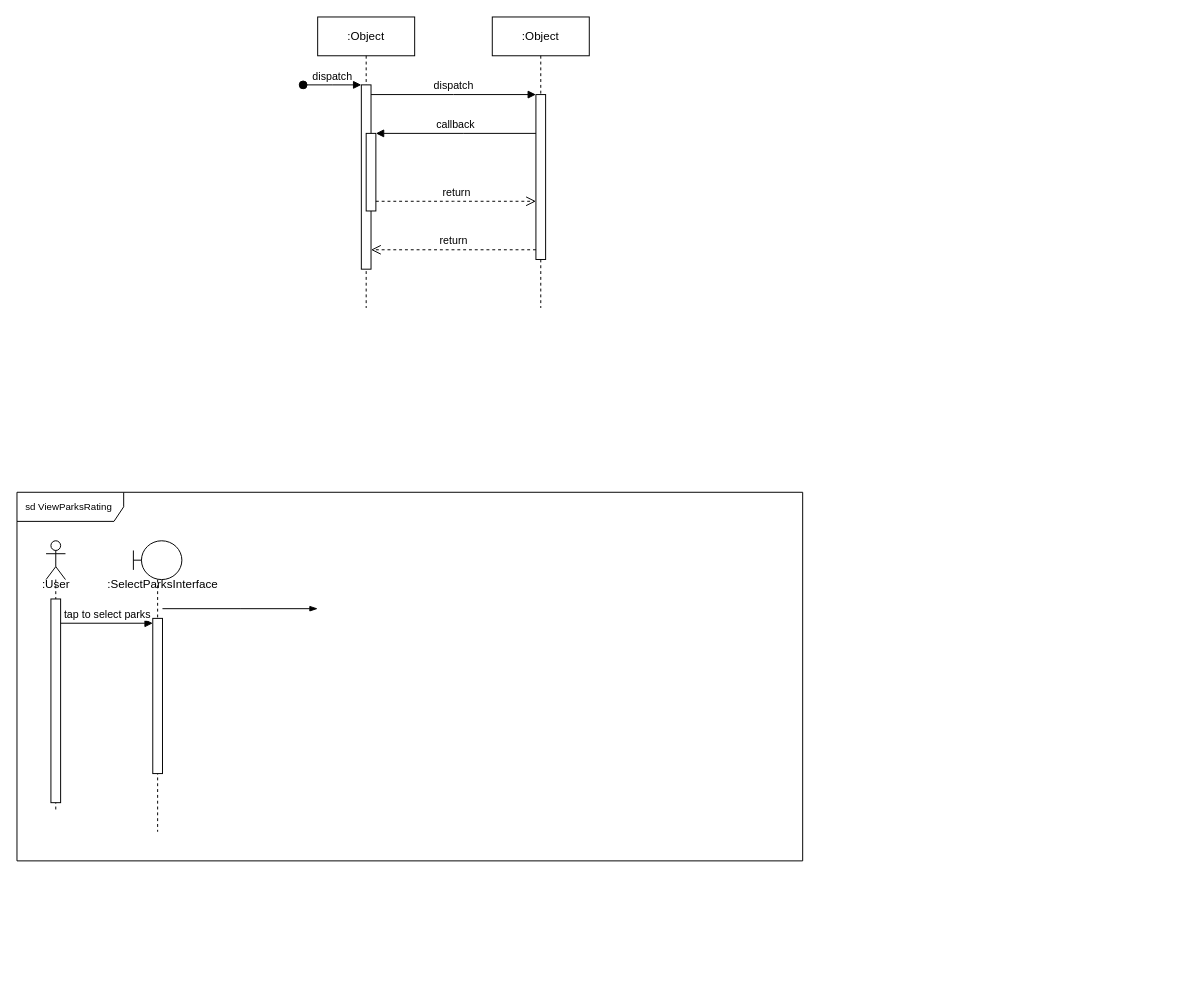
Before: sequence.drawio in tetsuri2000/sequence-diagram-temp, a draw.io diagram. Source tidied: cells renumbered, new cells numbered last; positions are measured from the earlier drawing's top-left corner, leaving out a move shared by most shapes. Both pictures are drawn from the tidied source at 97%, with x=0, y=0 at pixel (16, 16).
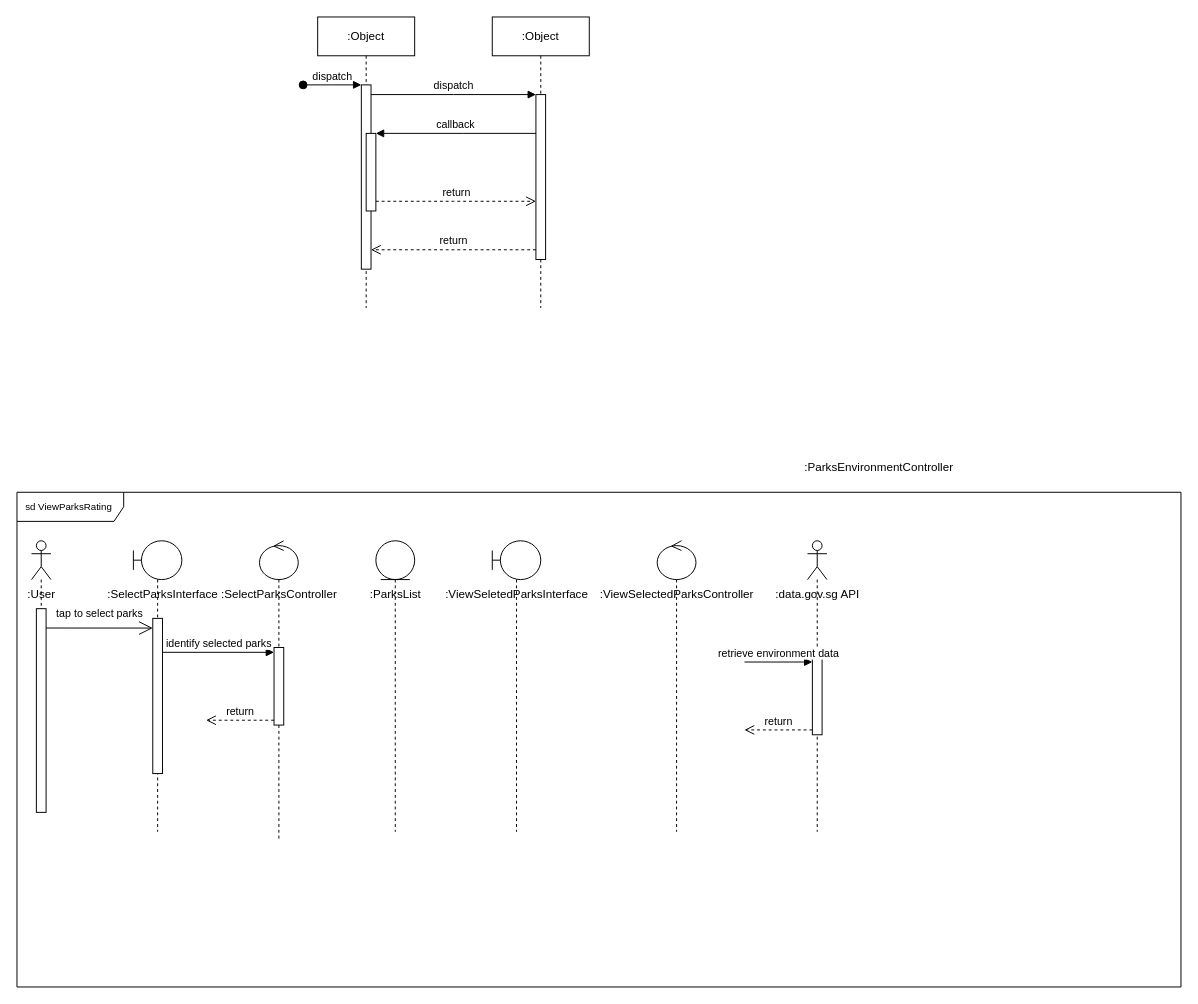
Above is the later version.

Unchanged cells that the change refers to:
```xml
<mxCell id="16" style="html=1;points=[[0,0,0,0,5],[0,1,0,0,-5],[1,0,0,0,5],[1,1,0,0,-5]];perimeter=orthogonalPerimeter;outlineConnect=0;targetShapes=umlLifeline;portConstraint=eastwest;newEdgeStyle={&quot;curved&quot;:0,&quot;rounded&quot;:0};" parent="15" vertex="1">
  <mxGeometry x="20" y="80" width="10" height="160" as="geometry" />
</mxCell>
```

Diff of the diagram source:
```diff
@@
     <mxCell id="12" value="&lt;font style=&quot;font-size: 10px;&quot;&gt;sd ViewParksRating&amp;nbsp;&lt;/font&gt;" style="shape=umlFrame;whiteSpace=wrap;html=1;width=110;height=30;" parent="1" vertex="1">
-      <mxGeometry y="490" width="810" height="380" as="geometry" />
+      <mxGeometry y="490" width="1200" height="510" as="geometry" />
     </mxCell>
     <mxCell id="13" style="shape=umlLifeline;perimeter=lifelinePerimeter;whiteSpace=wrap;html=1;newEdgeStyle={&quot;curved&quot;:0,&quot;rounded&quot;:0};participant=umlActor;" parent="1" vertex="1">
-      <mxGeometry x="30" y="540" width="20" height="280" as="geometry" />
+      <mxGeometry x="15" y="540" width="20" height="280" as="geometry" />
     </mxCell>
     <mxCell id="14" style="html=1;points=[[0,0,0,0,5],[0,1,0,0,-5],[1,0,0,0,5],[1,1,0,0,-5]];perimeter=orthogonalPerimeter;outlineConnect=0;targetShapes=umlLifeline;portConstraint=eastwest;newEdgeStyle={&quot;curved&quot;:0,&quot;rounded&quot;:0};" parent="13" vertex="1">
-      <mxGeometry x="5" y="60" width="10" height="210" as="geometry" />
+      <mxGeometry x="5" y="70" width="10" height="210" as="geometry" />
     </mxCell>
@@
     <mxCell id="17" value=":User" style="text;html=1;align=center;verticalAlign=middle;strokeColor=none;fillColor=none;fontSize=12;" parent="1" vertex="1">
-      <mxGeometry x="15" y="570" width="50" height="30" as="geometry" />
+      <mxGeometry y="580" width="50" height="30" as="geometry" />
     </mxCell>
-    <mxCell id="18" style="edgeStyle=elbowEdgeStyle;fontSize=12;html=1;endArrow=blockThin;endFill=1;rounded=0;" parent="1" edge="1">
-      <mxGeometry relative="1" as="geometry">
-        <mxPoint x="150" y="610" as="sourcePoint" />
-        <mxPoint x="310" y="610" as="targetPoint" />
-      </mxGeometry>
-    </mxCell>
+    <mxCell id="20" value=":SelectParksInterface" style="text;html=1;align=center;verticalAlign=middle;strokeColor=none;fillColor=none;" parent="1" vertex="1">
+      <mxGeometry x="80" y="580" width="140" height="30" as="geometry" />
+    </mxCell>
+    <mxCell id="21" style="shape=umlLifeline;perimeter=lifelinePerimeter;whiteSpace=wrap;html=1;newEdgeStyle={&quot;curved&quot;:0,&quot;rounded&quot;:0};participant=umlControl;size=40;" parent="1" vertex="1">
+      <mxGeometry x="250" y="540" width="40" height="310" as="geometry" />
+    </mxCell>
+    <mxCell id="22" style="html=1;points=[[0,0,0,0,5],[0,1,0,0,-5],[1,0,0,0,5],[1,1,0,0,-5]];perimeter=orthogonalPerimeter;outlineConnect=0;targetShapes=umlLifeline;portConstraint=eastwest;newEdgeStyle={&quot;curved&quot;:0,&quot;rounded&quot;:0};" parent="21" vertex="1">
+      <mxGeometry x="15" y="110" width="10" height="80" as="geometry" />
+    </mxCell>
+    <mxCell id="23" value="return" style="html=1;verticalAlign=bottom;endArrow=open;dashed=1;endSize=8;curved=0;rounded=0;exitX=0;exitY=1;exitDx=0;exitDy=-5;" parent="21" edge="1" source="22">
+      <mxGeometry relative="1" as="geometry">
+        <mxPoint x="-55" y="185" as="targetPoint" />
+      </mxGeometry>
+    </mxCell>
+    <mxCell id="24" value=":data.gov.sg API" style="text;html=1;align=center;verticalAlign=middle;strokeColor=none;fillColor=none;" parent="1" vertex="1">
+      <mxGeometry x="770" y="580" width="110" height="30" as="geometry" />
+    </mxCell>
+    <mxCell id="25" style="shape=umlLifeline;perimeter=lifelinePerimeter;whiteSpace=wrap;html=1;newEdgeStyle={&quot;curved&quot;:0,&quot;rounded&quot;:0};participant=umlActor;" parent="1" vertex="1">
+      <mxGeometry x="815" y="540" width="20" height="300" as="geometry" />
+    </mxCell>
+    <mxCell id="26" style="html=1;points=[[0,0,0,0,5],[0,1,0,0,-5],[1,0,0,0,5],[1,1,0,0,-5]];perimeter=orthogonalPerimeter;outlineConnect=0;targetShapes=umlLifeline;portConstraint=eastwest;newEdgeStyle={&quot;curved&quot;:0,&quot;rounded&quot;:0};" parent="25" vertex="1">
+      <mxGeometry x="5" y="120" width="10" height="80" as="geometry" />
+    </mxCell>
+    <mxCell id="27" value="retrieve environment data" style="html=1;verticalAlign=bottom;endArrow=block;curved=0;rounded=0;entryX=0;entryY=0;entryDx=0;entryDy=5;" parent="25" edge="1" target="26">
+      <mxGeometry relative="1" as="geometry">
+        <mxPoint x="-65" y="125" as="sourcePoint" />
+      </mxGeometry>
+    </mxCell>
+    <mxCell id="28" value="return" style="html=1;verticalAlign=bottom;endArrow=open;dashed=1;endSize=8;curved=0;rounded=0;exitX=0;exitY=1;exitDx=0;exitDy=-5;" parent="25" edge="1" source="26">
+      <mxGeometry relative="1" as="geometry">
+        <mxPoint x="-65" y="195" as="targetPoint" />
+      </mxGeometry>
+    </mxCell>
+    <mxCell id="29" value=":ParksEnvironmentController&amp;nbsp;" style="text;html=1;align=center;verticalAlign=middle;strokeColor=none;fillColor=none;" parent="1" vertex="1">
+      <mxGeometry x="800" y="450" width="180" height="30" as="geometry" />
+    </mxCell>
+    <mxCell id="30" value=":SelectParksController" style="text;html=1;align=center;verticalAlign=middle;strokeColor=none;fillColor=none;" parent="1" vertex="1">
+      <mxGeometry x="200" y="580" width="140" height="30" as="geometry" />
+    </mxCell>
+    <mxCell id="31" value="identify selected parks" style="html=1;verticalAlign=bottom;endArrow=block;curved=0;rounded=0;entryX=0;entryY=0;entryDx=0;entryDy=5;" parent="1" edge="1" source="16" target="22">
+      <mxGeometry relative="1" as="geometry" />
+    </mxCell>
+    <mxCell id="32" style="shape=umlLifeline;perimeter=lifelinePerimeter;whiteSpace=wrap;html=1;newEdgeStyle={&quot;curved&quot;:0,&quot;rounded&quot;:0};participant=umlEntity;" parent="1" vertex="1">
+      <mxGeometry x="370" y="540" width="40" height="300" as="geometry" />
+    </mxCell>
+    <mxCell id="33" value=":ParksList" style="text;html=1;align=center;verticalAlign=middle;strokeColor=none;fillColor=none;" parent="1" vertex="1">
+      <mxGeometry x="350" y="580" width="80" height="30" as="geometry" />
+    </mxCell>
+    <mxCell id="34" style="shape=umlLifeline;perimeter=lifelinePerimeter;whiteSpace=wrap;html=1;newEdgeStyle={&quot;curved&quot;:0,&quot;rounded&quot;:0};participant=umlBoundary;" parent="1" vertex="1">
+      <mxGeometry x="490" y="540" width="50" height="300" as="geometry" />
+    </mxCell>
+    <mxCell id="35" value=":ViewSeletedParksInterface" style="text;html=1;align=center;verticalAlign=middle;strokeColor=none;fillColor=none;" parent="1" vertex="1">
+      <mxGeometry x="430" y="580" width="170" height="30" as="geometry" />
+    </mxCell>
+    <mxCell id="36" style="shape=umlLifeline;perimeter=lifelinePerimeter;whiteSpace=wrap;html=1;newEdgeStyle={&quot;curved&quot;:0,&quot;rounded&quot;:0};participant=umlControl;" parent="1" vertex="1">
+      <mxGeometry x="660" y="540" width="40" height="300" as="geometry" />
+    </mxCell>
+    <mxCell id="37" value=":ViewSelectedParksController" style="text;html=1;align=center;verticalAlign=middle;strokeColor=none;fillColor=none;" parent="1" vertex="1">
+      <mxGeometry x="590" y="580" width="180" height="30" as="geometry" />
+    </mxCell>
+    <mxCell id="38" style="endArrow=open;endFill=1;endSize=12;html=1;rounded=0;exitX=1;exitY=0.095;exitDx=0;exitDy=0;exitPerimeter=0;" parent="1" edge="1" source="14">
+      <mxGeometry relative="1" as="geometry">
+        <mxPoint x="140" y="630" as="targetPoint" />
+      </mxGeometry>
+    </mxCell>
-    <mxCell id="19" value="tap to select parks" style="html=1;verticalAlign=bottom;endArrow=block;curved=0;rounded=0;entryX=0;entryY=0;entryDx=0;entryDy=5;" parent="1" edge="1" source="14" target="16">
-      <mxGeometry relative="1" as="geometry" />
+    <mxCell id="19" value="&lt;font style=&quot;font-size: 11px;&quot;&gt;tap to select parks&lt;/font&gt;" style="text;html=1;align=center;verticalAlign=middle;strokeColor=none;fillColor=none;" parent="1" vertex="1">
+      <mxGeometry x="30" y="600" width="110" height="30" as="geometry" />
     </mxCell>
-    <mxCell id="20" value=":SelectParksInterface" style="text;html=1;align=center;verticalAlign=middle;strokeColor=none;fillColor=none;" parent="1" vertex="1">
-      <mxGeometry x="80" y="570" width="140" height="30" as="geometry" />
-    </mxCell>
```
